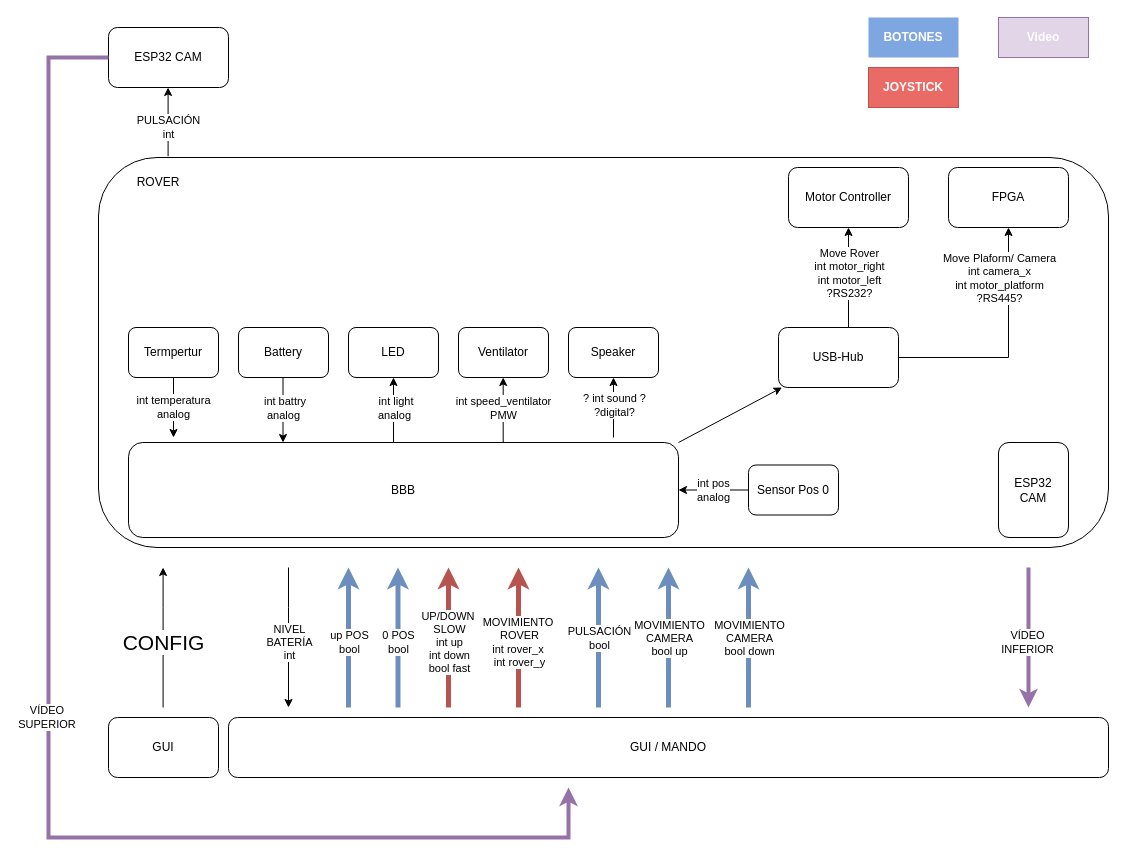
This is Software/Doku/SIGNALS.drawio from OgLocGreen/proyecto_sistema_mecatronico_industrial, a draw.io file, before an edit. Source tidied: cells renumbered, new cells numbered last; positions are measured from the earlier drawing's top-left corner, leaving out a move shared by most shapes. Both pictures are drawn from the tidied source at 100%, with x=0, y=0 at pixel (48, 17).
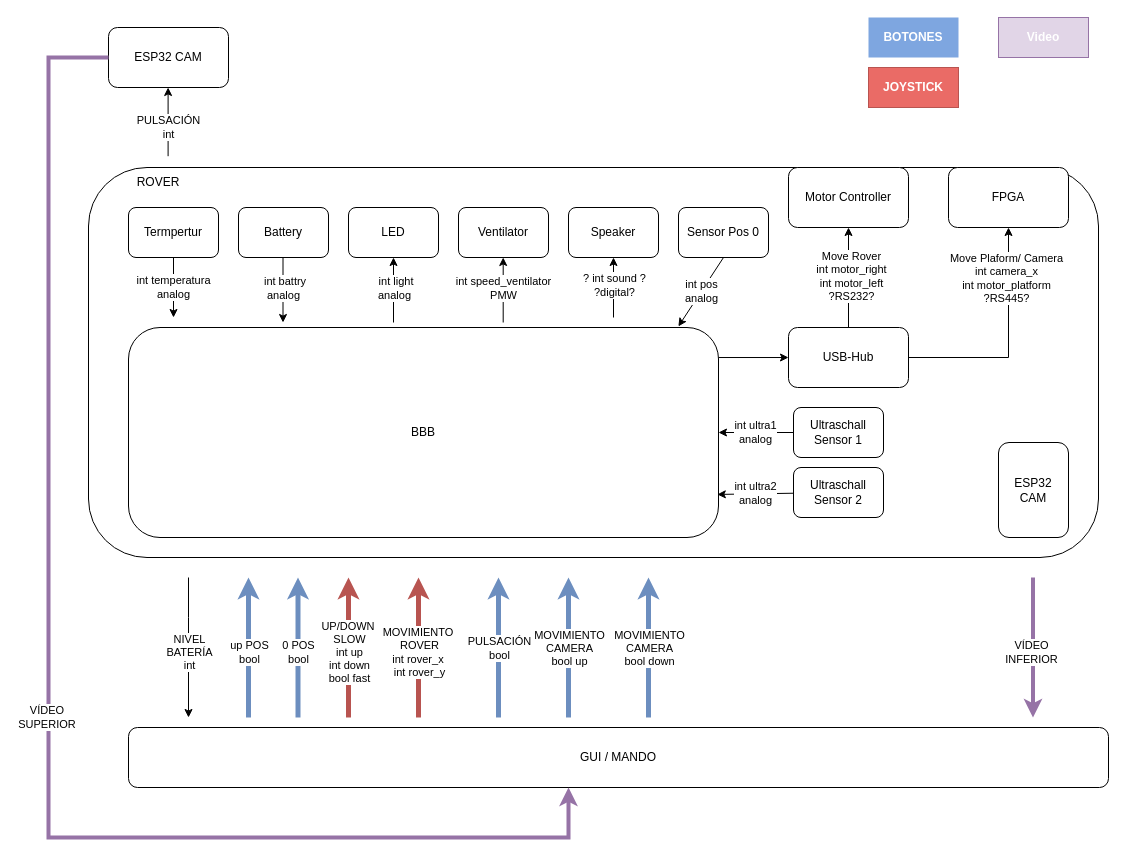
After the change.

Commit message (it also covers changes not shown here):
Anpassen Doku -> Event gesteuert

What changed in the source:
```diff
@@
     <mxCell id="2" style="rounded=1;whiteSpace=wrap;html=1;" parent="1" vertex="1">
-      <mxGeometry x="50" y="140" width="1010" height="390" as="geometry" />
+      <mxGeometry x="40" y="150" width="1010" height="390" as="geometry" />
     </mxCell>
@@
     <mxCell id="4" value="GUI / MANDO" style="rounded=1;whiteSpace=wrap;html=1;" parent="1" vertex="1">
-      <mxGeometry x="180" y="700" width="880" height="60" as="geometry" />
+      <mxGeometry x="80" y="710" width="980" height="60" as="geometry" />
     </mxCell>
@@
     <mxCell id="9" style="endArrow=classic;html=1;rounded=0;strokeWidth=4;fillColor=#e1d5e7;strokeColor=#9673a6;" parent="1" edge="1">
       <mxGeometry relative="1" as="geometry">
-        <mxPoint x="980" y="550" as="sourcePoint" />
-        <mxPoint x="980" y="690" as="targetPoint" />
+        <mxPoint x="984.5" y="560" as="sourcePoint" />
+        <mxPoint x="984.5" y="700" as="targetPoint" />
         <Array as="points">
-          <mxPoint x="980" y="600" />
+          <mxPoint x="984.5" y="610" />
         </Array>
       </mxGeometry>
     </mxCell>
@@
     <mxCell id="11" style="endArrow=classic;html=1;rounded=0;" parent="1" edge="1">
       <mxGeometry relative="1" as="geometry">
-        <mxPoint x="240" y="550" as="sourcePoint" />
-        <mxPoint x="240" y="690" as="targetPoint" />
+        <mxPoint x="140" y="560" as="sourcePoint" />
+        <mxPoint x="140" y="700" as="targetPoint" />
         <Array as="points">
-          <mxPoint x="240" y="590" />
+          <mxPoint x="140" y="600" />
         </Array>
       </mxGeometry>
     </mxCell>
@@
-    <mxCell id="13" style="edgeStyle=none;html=1;exitX=1;exitY=0;exitDx=0;exitDy=0;" parent="1" edge="1" source="14" target="43">
+    <mxCell id="13" style="edgeStyle=none;html=1;exitX=1;exitY=0.143;exitDx=0;exitDy=0;exitPerimeter=0;" parent="1" edge="1" source="14" target="43">
       <mxGeometry relative="1" as="geometry" />
     </mxCell>
     <mxCell id="14" value="BBB" style="rounded=1;whiteSpace=wrap;html=1;" parent="1" vertex="1">
-      <mxGeometry x="80" y="425" width="550" height="95" as="geometry" />
+      <mxGeometry x="80" y="310" width="590" height="210" as="geometry" />
     </mxCell>
@@
     <mxCell id="17" style="endArrow=none;html=1;rounded=0;startArrow=classic;startFill=1;endFill=0;fillColor=#dae8fc;strokeColor=#6c8ebf;strokeWidth=5;" parent="1" edge="1">
       <mxGeometry relative="1" as="geometry">
-        <mxPoint x="300" y="550" as="sourcePoint" />
-        <mxPoint x="300" y="690" as="targetPoint" />
+        <mxPoint x="200" y="560" as="sourcePoint" />
+        <mxPoint x="200" y="700" as="targetPoint" />
       </mxGeometry>
     </mxCell>
@@
     <mxCell id="19" style="endArrow=none;html=1;rounded=0;startArrow=classic;startFill=1;endFill=0;strokeWidth=5;fillColor=#f8cecc;strokeColor=#b85450;" parent="1" edge="1">
       <mxGeometry relative="1" as="geometry">
-        <mxPoint x="470" y="550" as="sourcePoint" />
-        <mxPoint x="470" y="690" as="targetPoint" />
+        <mxPoint x="370" y="560" as="sourcePoint" />
+        <mxPoint x="370" y="700" as="targetPoint" />
       </mxGeometry>
     </mxCell>
@@
     <mxCell id="21" style="endArrow=none;html=1;rounded=0;startArrow=classic;startFill=1;endFill=0;strokeWidth=5;fillColor=#f8cecc;strokeColor=#b85450;" parent="1" edge="1">
       <mxGeometry relative="1" as="geometry">
-        <mxPoint x="400" y="550" as="sourcePoint" />
-        <mxPoint x="400" y="690" as="targetPoint" />
+        <mxPoint x="300" y="560" as="sourcePoint" />
+        <mxPoint x="300" y="700" as="targetPoint" />
       </mxGeometry>
     </mxCell>
@@
     <mxCell id="23" style="endArrow=none;html=1;rounded=0;startArrow=classic;startFill=1;endFill=0;strokeWidth=5;fillColor=#dae8fc;strokeColor=#6c8ebf;" parent="1" edge="1">
       <mxGeometry relative="1" as="geometry">
-        <mxPoint x="349.5" y="550" as="sourcePoint" />
-        <mxPoint x="349.5" y="690" as="targetPoint" />
+        <mxPoint x="249.5" y="560" as="sourcePoint" />
+        <mxPoint x="249.5" y="700" as="targetPoint" />
       </mxGeometry>
     </mxCell>
@@
     <mxCell id="27" style="endArrow=classic;html=1;rounded=0;strokeWidth=5;fillColor=#dae8fc;strokeColor=#6c8ebf;" parent="1" edge="1">
       <mxGeometry relative="1" as="geometry">
-        <mxPoint x="550" y="690" as="sourcePoint" />
-        <mxPoint x="550" y="550" as="targetPoint" />
+        <mxPoint x="450" y="700" as="sourcePoint" />
+        <mxPoint x="450" y="560" as="targetPoint" />
       </mxGeometry>
     </mxCell>
@@
-    <mxCell id="29" value="GUI" style="rounded=1;whiteSpace=wrap;html=1;" parent="1" vertex="1">
-      <mxGeometry x="60" y="700" width="110" height="60" as="geometry" />
-    </mxCell>
-    <mxCell id="30" style="endArrow=none;html=1;rounded=0;startArrow=classic;startFill=1;endFill=0;" parent="1" edge="1">
-      <mxGeometry relative="1" as="geometry">
-        <mxPoint x="114.6" y="550" as="sourcePoint" />
-        <mxPoint x="114.6" y="690" as="targetPoint" />
-        <Array as="points">
-          <mxPoint x="114.6" y="590" />
-        </Array>
-      </mxGeometry>
-    </mxCell>
-    <mxCell id="31" value="&lt;font style=&quot;font-size: 21px;&quot;&gt;CONFIG&lt;/font&gt;" style="edgeLabel;html=1;align=center;verticalAlign=middle;" parent="30" vertex="1">
-      <mxGeometry x="0.24" y="-2" relative="1" as="geometry">
-        <mxPoint x="2" y="-13" as="offset" />
-      </mxGeometry>
-    </mxCell>
@@
     <mxCell id="35" style="endArrow=classic;html=1;rounded=0;strokeWidth=5;fillColor=#dae8fc;strokeColor=#6c8ebf;" parent="1" edge="1">
       <mxGeometry relative="1" as="geometry">
-        <mxPoint x="620" y="690" as="sourcePoint" />
-        <mxPoint x="620" y="550" as="targetPoint" />
+        <mxPoint x="520" y="700" as="sourcePoint" />
+        <mxPoint x="520" y="560" as="targetPoint" />
       </mxGeometry>
     </mxCell>
@@
     <mxCell id="37" style="endArrow=classic;html=1;rounded=0;entryX=0.5;entryY=1;entryDx=0;entryDy=0;" parent="1" edge="1" target="48">
       <mxGeometry relative="1" as="geometry">
-        <mxPoint x="565" y="420" as="sourcePoint" />
+        <mxPoint x="565" y="300" as="sourcePoint" />
       </mxGeometry>
     </mxCell>
@@
     <mxCell id="43" value="USB-Hub" style="rounded=1;whiteSpace=wrap;html=1;" parent="1" vertex="1">
-      <mxGeometry x="730" y="310" width="120" height="60" as="geometry" />
+      <mxGeometry x="740" y="310" width="120" height="60" as="geometry" />
     </mxCell>
     <mxCell id="44" value="Termpertur" style="rounded=1;whiteSpace=wrap;html=1;" parent="1" vertex="1">
-      <mxGeometry x="80" y="310" width="90" height="50" as="geometry" />
+      <mxGeometry x="80" y="190" width="90" height="50" as="geometry" />
     </mxCell>
     <mxCell id="45" value="int temperatura&lt;br&gt;analog" style="endArrow=classic;html=1;exitX=0.5;exitY=1;exitDx=0;exitDy=0;" parent="1" edge="1" source="44">
       <mxGeometry relative="1" as="geometry">
-        <mxPoint x="125" y="420" as="targetPoint" />
+        <mxPoint x="125" y="300" as="targetPoint" />
       </mxGeometry>
     </mxCell>
     <mxCell id="46" style="endArrow=classic;html=1;rounded=0;entryX=0.5;entryY=1;entryDx=0;entryDy=0;" parent="1" edge="1" target="49">
       <mxGeometry relative="1" as="geometry">
-        <mxPoint x="345" y="425" as="sourcePoint" />
+        <mxPoint x="345" y="305" as="sourcePoint" />
       </mxGeometry>
     </mxCell>
@@
     <mxCell id="48" value="Speaker" style="rounded=1;whiteSpace=wrap;html=1;" parent="1" vertex="1">
-      <mxGeometry x="520" y="310" width="90" height="50" as="geometry" />
+      <mxGeometry x="520" y="190" width="90" height="50" as="geometry" />
     </mxCell>
     <mxCell id="49" value="LED" style="rounded=1;whiteSpace=wrap;html=1;" parent="1" vertex="1">
-      <mxGeometry x="300" y="310" width="90" height="50" as="geometry" />
+      <mxGeometry x="300" y="190" width="90" height="50" as="geometry" />
     </mxCell>
     <mxCell id="50" value="Ventilator" style="rounded=1;whiteSpace=wrap;html=1;" parent="1" vertex="1">
-      <mxGeometry x="410" y="310" width="90" height="50" as="geometry" />
+      <mxGeometry x="410" y="190" width="90" height="50" as="geometry" />
     </mxCell>
     <mxCell id="51" style="endArrow=classic;html=1;rounded=0;entryX=0.5;entryY=1;entryDx=0;entryDy=0;" parent="1" edge="1">
       <mxGeometry relative="1" as="geometry">
-        <mxPoint x="454.7" y="425" as="sourcePoint" />
-        <mxPoint x="454.7" y="360" as="targetPoint" />
+        <mxPoint x="454.7" y="305" as="sourcePoint" />
+        <mxPoint x="454.7" y="240" as="targetPoint" />
       </mxGeometry>
     </mxCell>
@@
     <mxCell id="53" style="endArrow=none;html=1;rounded=0;entryX=0.5;entryY=1;entryDx=0;entryDy=0;endFill=0;startArrow=classic;startFill=1;" parent="1" edge="1">
       <mxGeometry relative="1" as="geometry">
-        <mxPoint x="234.5" y="425" as="sourcePoint" />
-        <mxPoint x="234.5" y="360" as="targetPoint" />
+        <mxPoint x="234.5" y="305" as="sourcePoint" />
+        <mxPoint x="234.5" y="240" as="targetPoint" />
       </mxGeometry>
     </mxCell>
@@
     <mxCell id="55" value="Battery" style="rounded=1;whiteSpace=wrap;html=1;" parent="1" vertex="1">
-      <mxGeometry x="190" y="310" width="90" height="50" as="geometry" />
+      <mxGeometry x="190" y="190" width="90" height="50" as="geometry" />
     </mxCell>
     <mxCell id="56" style="endArrow=classic;html=1;rounded=0;strokeWidth=5;fillColor=#dae8fc;strokeColor=#6c8ebf;" parent="1" edge="1">
       <mxGeometry relative="1" as="geometry">
-        <mxPoint x="700" y="690" as="sourcePoint" />
-        <mxPoint x="700" y="550" as="targetPoint" />
+        <mxPoint x="600" y="700" as="sourcePoint" />
+        <mxPoint x="600" y="560" as="targetPoint" />
       </mxGeometry>
     </mxCell>
@@
-    <mxCell id="58" value="int pos&lt;br&gt;analog" style="edgeStyle=none;html=1;startArrow=none;startFill=0;endArrow=classic;endFill=1;" parent="1" edge="1" source="59" target="14">
+    <mxCell id="58" value="int ultra1&lt;br&gt;analog" style="edgeStyle=none;html=1;startArrow=none;startFill=0;endArrow=classic;endFill=1;entryX=1;entryY=0.5;entryDx=0;entryDy=0;" parent="1" edge="1" source="59" target="14">
       <mxGeometry relative="1" as="geometry" />
     </mxCell>
-    <mxCell id="59" value="Sensor Pos 0" style="rounded=1;whiteSpace=wrap;html=1;" parent="1" vertex="1">
-      <mxGeometry x="700" y="447.5" width="90" height="50" as="geometry" />
+    <mxCell id="59" value="Ultraschall Sensor 1" style="rounded=1;whiteSpace=wrap;html=1;" parent="1" vertex="1">
+      <mxGeometry x="745" y="390" width="90" height="50" as="geometry" />
     </mxCell>
+    <mxCell id="60" value="int ultra2&lt;br&gt;analog" style="edgeStyle=none;html=1;entryX=0.998;entryY=0.795;entryDx=0;entryDy=0;entryPerimeter=0;" parent="1" edge="1" source="61" target="14">
+      <mxGeometry relative="1" as="geometry" />
+    </mxCell>
+    <mxCell id="61" value="Ultraschall Sensor 2" style="rounded=1;whiteSpace=wrap;html=1;" parent="1" vertex="1">
+      <mxGeometry x="745" y="450" width="90" height="50" as="geometry" />
+    </mxCell>
+    <mxCell id="62" value="Sensor Pos 0" style="rounded=1;whiteSpace=wrap;html=1;" parent="1" vertex="1">
+      <mxGeometry x="630" y="190" width="90" height="50" as="geometry" />
+    </mxCell>
+    <mxCell id="63" value="int pos&lt;br&gt;analog" style="edgeStyle=none;html=1;startArrow=none;startFill=0;endArrow=classic;endFill=1;entryX=0.932;entryY=-0.005;entryDx=0;entryDy=0;exitX=0.5;exitY=1;exitDx=0;exitDy=0;entryPerimeter=0;" parent="1" edge="1" source="62" target="14">
+      <mxGeometry relative="1" as="geometry" />
+    </mxCell>
```
